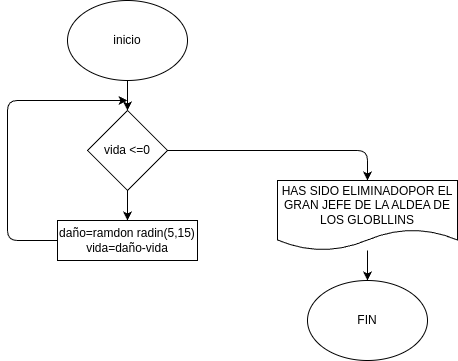
This is ejercicio2/diagrama.png from dyaneriss/ejercicios_comando_whilee, a draw.io export, as it was before one commit. Source tidied: cells renumbered, new cells last; positions are measured from the earlier drawing's top-left corner, leaving out a move shared by most shapes. Source of this version:
```xml
<mxGraphModel>
  <root>
    <mxCell id="0" />
    <mxCell id="1" parent="0" />
    <mxCell id="2" style="edgeStyle=none;html=1;" parent="1" edge="1" source="3" target="6">
      <mxGeometry relative="1" as="geometry" />
    </mxCell>
    <mxCell id="3" value="inicio" style="ellipse;whiteSpace=wrap;html=1;" parent="1" vertex="1">
      <mxGeometry x="60" width="120" height="80" as="geometry" />
    </mxCell>
    <mxCell id="4" style="edgeStyle=none;html=1;" parent="1" edge="1" source="6" target="8">
      <mxGeometry relative="1" as="geometry" />
    </mxCell>
    <mxCell id="5" style="edgeStyle=none;html=1;entryX=0.5;entryY=0;entryDx=0;entryDy=0;" parent="1" edge="1" source="6" target="10">
      <mxGeometry relative="1" as="geometry">
        <Array as="points">
          <mxPoint x="360" y="150" />
        </Array>
      </mxGeometry>
    </mxCell>
    <mxCell id="6" value="vida &amp;lt;=0" style="rhombus;whiteSpace=wrap;html=1;" parent="1" vertex="1">
      <mxGeometry x="80" y="110" width="80" height="80" as="geometry" />
    </mxCell>
    <mxCell id="7" style="edgeStyle=none;html=1;" parent="1" edge="1" source="8">
      <mxGeometry relative="1" as="geometry">
        <mxPoint x="120" y="100" as="targetPoint" />
        <Array as="points">
          <mxPoint y="240" />
          <mxPoint y="100" />
        </Array>
      </mxGeometry>
    </mxCell>
    <mxCell id="8" value="daño=ramdon radin(5,15)&lt;div&gt;vida=daño-vida&lt;/div&gt;" style="rounded=0;whiteSpace=wrap;html=1;" parent="1" vertex="1">
      <mxGeometry x="50" y="220" width="140" height="40" as="geometry" />
    </mxCell>
    <mxCell id="9" style="edgeStyle=none;html=1;" parent="1" edge="1" source="10" target="11">
      <mxGeometry relative="1" as="geometry" />
    </mxCell>
    <mxCell id="10" value="HAS SIDO ELIMINADOPOR EL GRAN JEFE DE LA ALDEA DE LOS GLOBLLINS" style="shape=document;whiteSpace=wrap;html=1;boundedLbl=1;" parent="1" vertex="1">
      <mxGeometry x="270" y="180" width="180" height="70" as="geometry" />
    </mxCell>
    <mxCell id="11" value="FIN" style="ellipse;whiteSpace=wrap;html=1;" parent="1" vertex="1">
      <mxGeometry x="300" y="280" width="120" height="80" as="geometry" />
    </mxCell>
  </root>
</mxGraphModel>
```
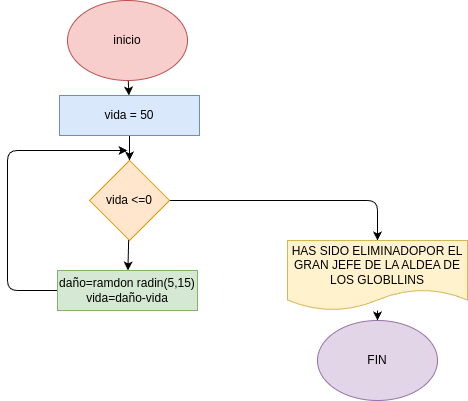
After the commit.

The edit, as a diff of the source:
```diff
@@ -2,11 +2,11 @@
   <root>
     <mxCell id="0" />
     <mxCell id="1" parent="0" />
-    <mxCell id="2" style="edgeStyle=none;html=1;" parent="1" edge="1" source="3" target="6">
-      <mxGeometry relative="1" as="geometry" />
-    </mxCell>
+    <mxCell id="12" style="edgeStyle=none;html=1;" parent="1" edge="1" source="3" target="14">
+      <mxGeometry relative="1" as="geometry" />
+    </mxCell>
-    <mxCell id="3" value="inicio" style="ellipse;whiteSpace=wrap;html=1;" parent="1" vertex="1">
-      <mxGeometry x="60" width="120" height="80" as="geometry" />
+    <mxCell id="3" value="inicio" style="ellipse;whiteSpace=wrap;html=1;fillColor=#f8cecc;strokeColor=#b85450;" parent="1" vertex="1">
+      <mxGeometry x="60" y="-20" width="120" height="80" as="geometry" />
     </mxCell>
     <mxCell id="4" style="edgeStyle=none;html=1;" parent="1" edge="1" source="6" target="8">
       <mxGeometry relative="1" as="geometry" />
@@ -14,33 +14,39 @@
     <mxCell id="5" style="edgeStyle=none;html=1;entryX=0.5;entryY=0;entryDx=0;entryDy=0;" parent="1" edge="1" source="6" target="10">
       <mxGeometry relative="1" as="geometry">
         <Array as="points">
-          <mxPoint x="360" y="150" />
+          <mxPoint x="370" y="180" />
         </Array>
       </mxGeometry>
     </mxCell>
-    <mxCell id="6" value="vida &amp;lt;=0" style="rhombus;whiteSpace=wrap;html=1;" parent="1" vertex="1">
-      <mxGeometry x="80" y="110" width="80" height="80" as="geometry" />
+    <mxCell id="6" value="vida &amp;lt;=0" style="rhombus;whiteSpace=wrap;html=1;fillColor=#ffe6cc;strokeColor=#d79b00;" parent="1" vertex="1">
+      <mxGeometry x="82" y="140" width="80" height="80" as="geometry" />
     </mxCell>
     <mxCell id="7" style="edgeStyle=none;html=1;" parent="1" edge="1" source="8">
       <mxGeometry relative="1" as="geometry">
-        <mxPoint x="120" y="100" as="targetPoint" />
+        <mxPoint x="120" y="130" as="targetPoint" />
         <Array as="points">
-          <mxPoint y="240" />
-          <mxPoint y="100" />
+          <mxPoint y="270" />
+          <mxPoint y="130" />
         </Array>
       </mxGeometry>
     </mxCell>
-    <mxCell id="8" value="daño=ramdon radin(5,15)&lt;div&gt;vida=daño-vida&lt;/div&gt;" style="rounded=0;whiteSpace=wrap;html=1;" parent="1" vertex="1">
-      <mxGeometry x="50" y="220" width="140" height="40" as="geometry" />
+    <mxCell id="8" value="daño=ramdon radin(5,15)&lt;div&gt;vida=daño-vida&lt;/div&gt;" style="rounded=0;whiteSpace=wrap;html=1;fillColor=#d5e8d4;strokeColor=#82b366;" parent="1" vertex="1">
+      <mxGeometry x="50" y="250" width="140" height="40" as="geometry" />
     </mxCell>
     <mxCell id="9" style="edgeStyle=none;html=1;" parent="1" edge="1" source="10" target="11">
       <mxGeometry relative="1" as="geometry" />
     </mxCell>
-    <mxCell id="10" value="HAS SIDO ELIMINADOPOR EL GRAN JEFE DE LA ALDEA DE LOS GLOBLLINS" style="shape=document;whiteSpace=wrap;html=1;boundedLbl=1;" parent="1" vertex="1">
-      <mxGeometry x="270" y="180" width="180" height="70" as="geometry" />
+    <mxCell id="10" value="HAS SIDO ELIMINADOPOR EL GRAN JEFE DE LA ALDEA DE LOS GLOBLLINS" style="shape=document;whiteSpace=wrap;html=1;boundedLbl=1;fillColor=#fff2cc;strokeColor=#d6b656;" parent="1" vertex="1">
+      <mxGeometry x="280" y="220" width="180" height="70" as="geometry" />
     </mxCell>
-    <mxCell id="11" value="FIN" style="ellipse;whiteSpace=wrap;html=1;" parent="1" vertex="1">
-      <mxGeometry x="300" y="280" width="120" height="80" as="geometry" />
+    <mxCell id="11" value="FIN" style="ellipse;whiteSpace=wrap;html=1;fillColor=#e1d5e7;strokeColor=#9673a6;" parent="1" vertex="1">
+      <mxGeometry x="310" y="300" width="120" height="80" as="geometry" />
     </mxCell>
+    <mxCell id="13" style="edgeStyle=none;html=1;" parent="1" edge="1" source="14" target="6">
+      <mxGeometry relative="1" as="geometry" />
+    </mxCell>
+    <mxCell id="14" value="vida = 50" style="rounded=0;whiteSpace=wrap;html=1;fillColor=#dae8fc;strokeColor=#6c8ebf;" parent="1" vertex="1">
+      <mxGeometry x="52" y="75" width="140" height="40" as="geometry" />
+    </mxCell>
   </root>
 </mxGraphModel>
```
